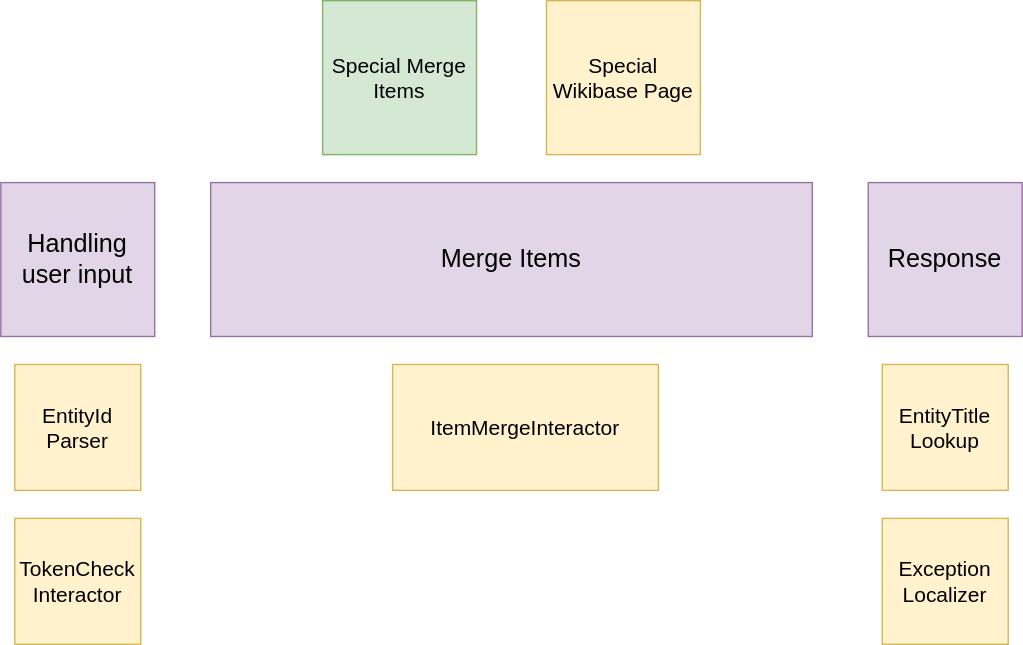
Earlier version of the draw.io export systems/WikibaseRepo/diagrams/05-special-mergeitems.drawio.svg (wmde/wikidata-wikibase-architecture). Source tidied: cells renumbered, new cells last; positions are measured from the earlier drawing's top-left corner, leaving out a move shared by most shapes.
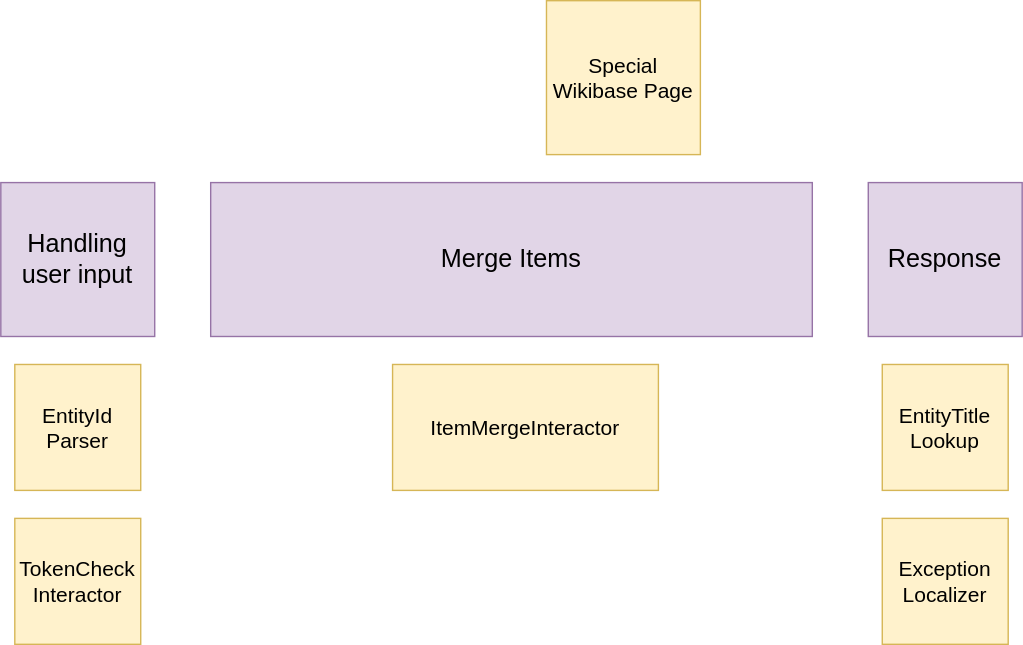
The same file after the commit.

The edit, as a diff of the source:
```diff
@@ -2,9 +2,6 @@
   <root>
     <mxCell id="0" />
     <mxCell id="1" parent="0" />
-    <mxCell id="2" value="Special Merge Items" style="whiteSpace=wrap;html=1;fillColor=#d5e8d4;strokeColor=#82b366;fontSize=15;fontStyle=0;" parent="1" vertex="1">
-      <mxGeometry x="230" width="110" height="110" as="geometry" />
-    </mxCell>
     <mxCell id="3" value="&lt;div style=&quot;font-size: 15px&quot;&gt;Special Wikibase Page&lt;/div&gt;" style="whiteSpace=wrap;html=1;fillColor=#fff2cc;strokeColor=#d6b656;fontSize=15;fontStyle=0;" parent="1" vertex="1">
       <mxGeometry x="390" width="110" height="110" as="geometry" />
     </mxCell>
```
